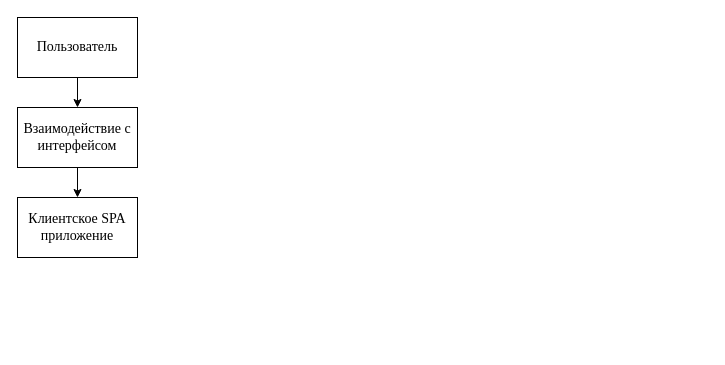
Earlier version of the draw.io diagram client server interconnection.drawio (arturyumaev/Bachelor-Diploma-Docs). Source tidied: cells renumbered, new cells numbered last; positions are measured from the earlier drawing's top-left corner, leaving out a move shared by most shapes. Both pictures are drawn from the tidied source at 100%, with x=0, y=0 at pixel (17, 17).
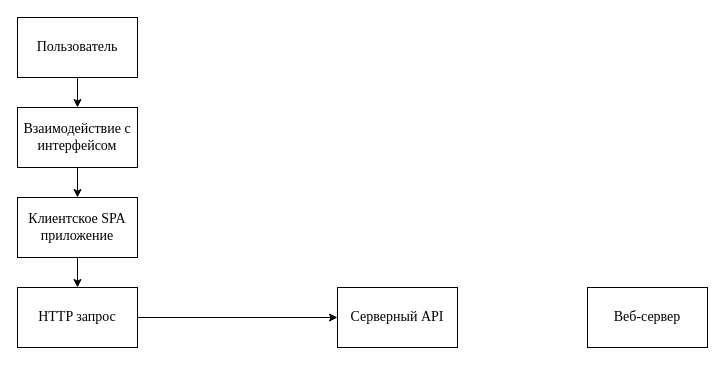
Above is the later version.

The edit, as a diff of the source:
```diff
@@
 <mxGraphModel>
   <root>
     <mxCell id="0" />
     <mxCell id="1" parent="0" />
     <mxCell id="2" style="edgeStyle=orthogonalEdgeStyle;rounded=0;jettySize=auto;html=1;exitX=0.5;exitY=1;exitDx=0;exitDy=0;entryX=0.5;entryY=0;entryDx=0;entryDy=0;" parent="1" edge="1" source="3" target="5">
       <mxGeometry relative="1" as="geometry" />
     </mxCell>
     <mxCell id="3" value="&lt;font face=&quot;Times New Roman&quot; style=&quot;font-size: 14px&quot;&gt;Пользователь&lt;/font&gt;" style="rounded=0;whiteSpace=wrap;html=1;" parent="1" vertex="1">
       <mxGeometry width="120" height="60" as="geometry" />
     </mxCell>
     <mxCell id="4" style="edgeStyle=orthogonalEdgeStyle;rounded=0;jettySize=auto;html=1;exitX=0.5;exitY=1;exitDx=0;exitDy=0;entryX=0.5;entryY=0;entryDx=0;entryDy=0;" parent="1" edge="1" source="5" target="6">
       <mxGeometry relative="1" as="geometry" />
     </mxCell>
     <mxCell id="5" value="&lt;font face=&quot;Times New Roman&quot; style=&quot;font-size: 14px&quot;&gt;Взаимодействие с интерфейсом&lt;/font&gt;" style="rounded=0;whiteSpace=wrap;html=1;" parent="1" vertex="1">
       <mxGeometry y="90" width="120" height="60" as="geometry" />
     </mxCell>
+    <mxCell id="7" style="edgeStyle=orthogonalEdgeStyle;rounded=0;jettySize=auto;html=1;exitX=0.5;exitY=1;exitDx=0;exitDy=0;entryX=0.5;entryY=0;entryDx=0;entryDy=0;" parent="1" edge="1" source="6" target="10">
+      <mxGeometry relative="1" as="geometry" />
+    </mxCell>
     <mxCell id="6" value="&lt;font face=&quot;Times New Roman&quot;&gt;&lt;span style=&quot;font-size: 14px&quot;&gt;Клиентское SPA приложение&lt;/span&gt;&lt;/font&gt;" style="rounded=0;whiteSpace=wrap;html=1;" parent="1" vertex="1">
       <mxGeometry y="180" width="120" height="60" as="geometry" />
     </mxCell>
+    <mxCell id="8" value="&lt;font face=&quot;Times New Roman&quot;&gt;&lt;span style=&quot;font-size: 14px&quot;&gt;Серверный API&lt;/span&gt;&lt;/font&gt;" style="rounded=0;whiteSpace=wrap;html=1;" parent="1" vertex="1">
+      <mxGeometry x="320" y="270" width="120" height="60" as="geometry" />
+    </mxCell>
+    <mxCell id="9" style="edgeStyle=orthogonalEdgeStyle;rounded=0;jettySize=auto;html=1;exitX=1;exitY=0.5;exitDx=0;exitDy=0;entryX=0;entryY=0.5;entryDx=0;entryDy=0;" parent="1" edge="1" source="10" target="8">
+      <mxGeometry relative="1" as="geometry" />
+    </mxCell>
+    <mxCell id="10" value="&lt;font face=&quot;Times New Roman&quot;&gt;&lt;span style=&quot;font-size: 14px&quot;&gt;HTTP запрос&lt;/span&gt;&lt;/font&gt;" style="rounded=0;whiteSpace=wrap;html=1;" parent="1" vertex="1">
+      <mxGeometry y="270" width="120" height="60" as="geometry" />
+    </mxCell>
+    <mxCell id="11" value="&lt;font face=&quot;Times New Roman&quot;&gt;&lt;span style=&quot;font-size: 14px&quot;&gt;Веб-сервер&lt;/span&gt;&lt;/font&gt;" style="rounded=0;whiteSpace=wrap;html=1;" parent="1" vertex="1">
+      <mxGeometry x="570" y="270" width="120" height="60" as="geometry" />
+    </mxCell>
   </root>
 </mxGraphModel>
```
